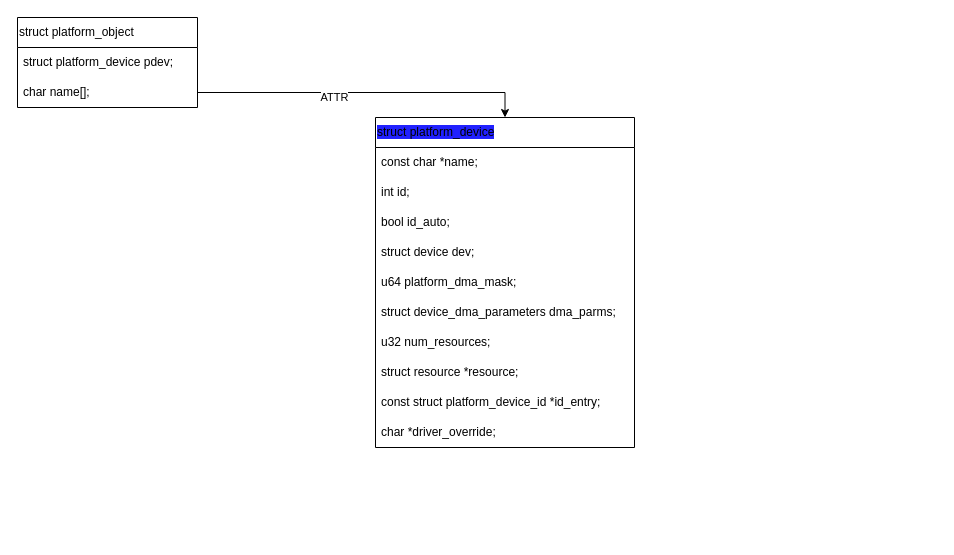
The draw.io diagram uart/platform-dev&driver.drawio in ktinkone/draw-io-works, before the edit. Source tidied: cells renumbered, new cells numbered last; positions are measured from the earlier drawing's top-left corner, leaving out a move shared by most shapes. Both pictures are drawn from the tidied source at 100%, with x=0, y=0 at pixel (17, 17).
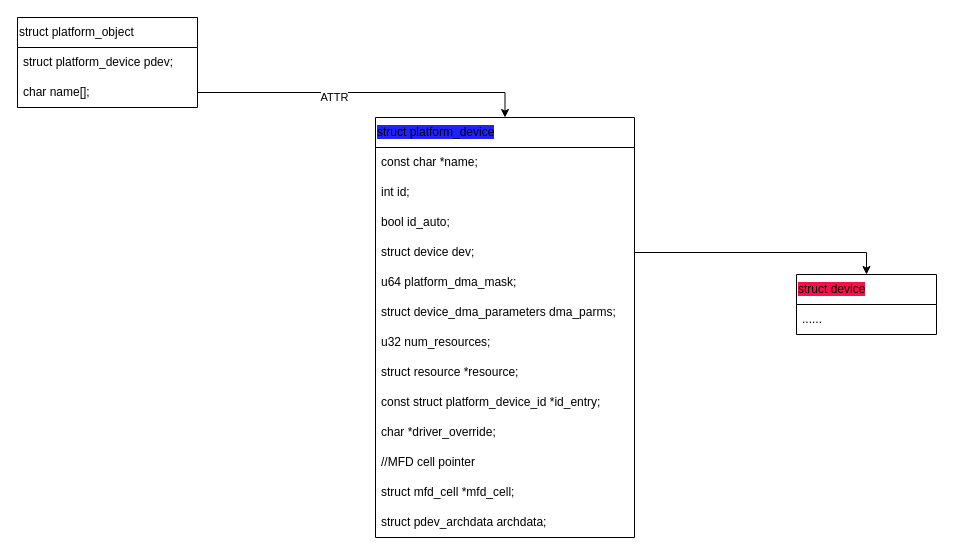
The same page after the edit.

Unchanged cells that the change refers to:
```xml
<mxCell id="9" value="struct device dev;" style="text;strokeColor=none;fillColor=none;align=left;verticalAlign=middle;spacingLeft=4;spacingRight=4;overflow=hidden;points=[[0,0.5],[1,0.5]];portConstraint=eastwest;whiteSpace=wrap;html=1;" parent="5" vertex="1">
  <mxGeometry y="120" width="259" height="30" as="geometry" />
</mxCell>
```

What changed in the source:
```diff
@@
     <mxCell id="5" value="&lt;span style=&quot;background-color: rgb(33, 33, 255);&quot;&gt;struct platform_device&lt;/span&gt;" style="swimlane;fontStyle=0;horizontal=1;startSize=30;whiteSpace=wrap;html=1;align=left;" parent="1" vertex="1">
-      <mxGeometry x="358" y="100" width="259" height="330" as="geometry" />
+      <mxGeometry x="358" y="100" width="259" height="420" as="geometry" />
     </mxCell>
@@
+    <mxCell id="18" value="//MFD cell pointer" style="text;strokeColor=none;fillColor=none;align=left;verticalAlign=middle;spacingLeft=4;spacingRight=4;overflow=hidden;whiteSpace=wrap;html=1;" parent="5" vertex="1">
+      <mxGeometry y="330" width="259" height="30" as="geometry" />
+    </mxCell>
+    <mxCell id="19" value="struct mfd_cell *mfd_cell;" style="text;strokeColor=none;fillColor=none;align=left;verticalAlign=middle;spacingLeft=4;spacingRight=4;overflow=hidden;whiteSpace=wrap;html=1;" parent="5" vertex="1">
+      <mxGeometry y="360" width="259" height="30" as="geometry" />
+    </mxCell>
+    <mxCell id="20" value="struct pdev_archdata archdata;" style="text;strokeColor=none;fillColor=none;align=left;verticalAlign=middle;spacingLeft=4;spacingRight=4;overflow=hidden;whiteSpace=wrap;html=1;" parent="5" vertex="1">
+      <mxGeometry y="390" width="259" height="30" as="geometry" />
+    </mxCell>
@@
+    <mxCell id="21" value="&lt;span style=&quot;background-color: rgb(255, 13, 77);&quot;&gt;struct device&lt;/span&gt;" style="swimlane;fontStyle=0;horizontal=1;startSize=30;whiteSpace=wrap;html=1;align=left;" parent="1" vertex="1">
+      <mxGeometry x="779" y="257" width="140" height="60" as="geometry" />
+    </mxCell>
+    <mxCell id="22" value="......" style="text;strokeColor=none;fillColor=none;align=left;verticalAlign=middle;spacingLeft=4;spacingRight=4;overflow=hidden;whiteSpace=wrap;html=1;" parent="21" vertex="1">
+      <mxGeometry y="30" width="140" height="30" as="geometry" />
+    </mxCell>
+    <mxCell id="23" style="edgeStyle=orthogonalEdgeStyle;rounded=0;jettySize=auto;html=1;exitX=1;exitY=0.5;exitDx=0;exitDy=0;entryX=0.5;entryY=0;entryDx=0;entryDy=0;" parent="1" edge="1" source="9" target="21">
+      <mxGeometry relative="1" as="geometry" />
+    </mxCell>
```
